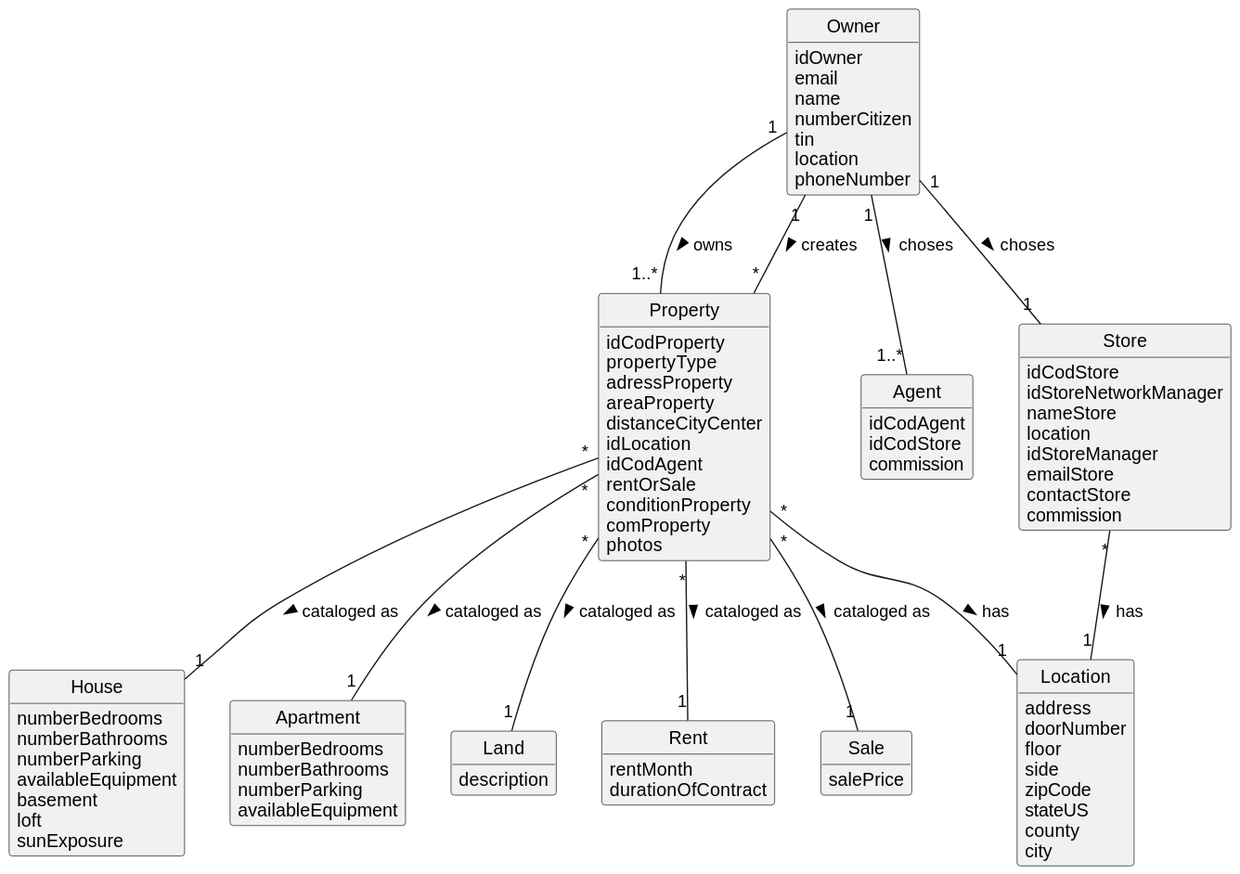
Earlier version of the PlantUML export docs/sprintA/us004/02.analysis/svg/us004-domain-model.svg (PEDROMOREIRA45/lei-23-s2-1dg-g31).
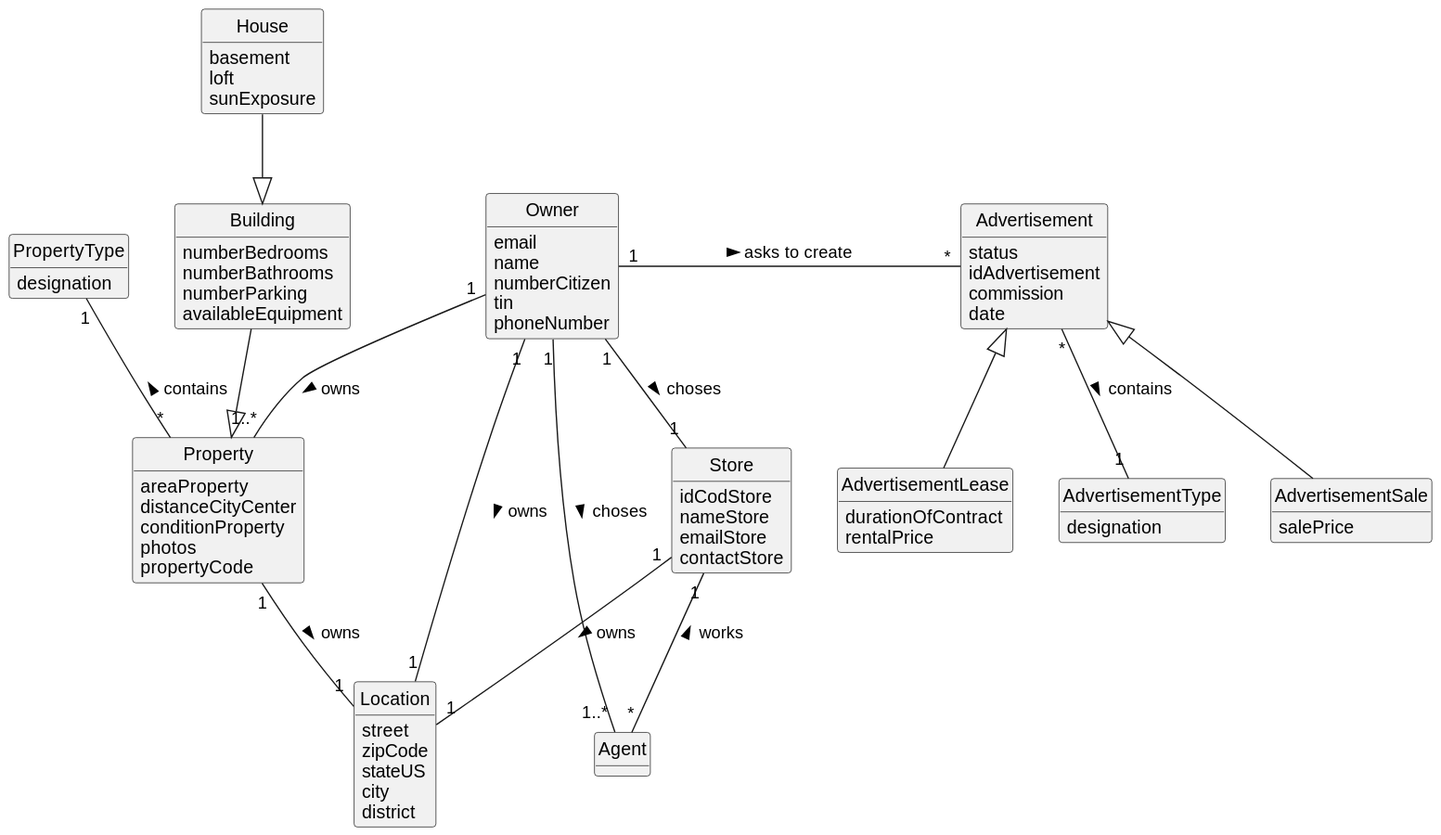
The same diagram one commit later.

Commit message:
US04 Client Last Clarifications Owner Adress optional, at least one photo

Change to the diagram source:
```diff
@@ -12,96 +12,102 @@
 
 
 class Owner {
-    idOwner
     email
     name
     numberCitizen
     tin
-    location
     phoneNumber
 }
 
 class Property {
-    idCodProperty
-    propertyType
-    adressProperty
     areaProperty
     distanceCityCenter
-    idLocation
-    idCodAgent
-    rentOrSale
     conditionProperty
-    comProperty
     photos
+    propertyCode
 }
 
 class House{
-    numberBedrooms
-    numberBathrooms
-    numberParking
-    availableEquipment
     basement
     loft
     sunExposure
 }
 
-class Apartment{
+class PropertyType{
+    designation
+}
+
+class Building{
     numberBedrooms
     numberBathrooms
     numberParking
     availableEquipment
 }
 
-class Land{
-    description
+class Location {
+    street
+    zipCode
+    stateUS
+    city
+    district
 }
-class Rent {
-    rentMonth
-    durationOfContract
+class Advertisement {
+    status
+    idAdvertisement
+    commission
+    date
 }
-class Sale {
+
+class AdvertisementSale {
     salePrice
 }
 
-class Location {
-    address
-    doorNumber
-    floor
-    side
-    zipCode
-    stateUS
-    county
-    city
+class AdvertisementLease {
+    durationOfContract
+    rentalPrice
 
 }
 
+class AdvertisementType {
+    designation
+}
+
 class Agent {
-    idCodAgent
-    idCodStore
-    commission
 }
 
 class Store{
     idCodStore
-    idStoreNetworkManager
     nameStore
-    location
-    idStoreManager
     emailStore
     contactStore
-    commission
-
 }
 
+
 Owner "1" -- "1..*" Property: owns >
+
+House --|> Building
+
+Building --|> Property
+
+Property "1" -- "1" Location: owns >
+
+Owner "1" -- "1" Location: owns >
+
+PropertyType "1" -- "*" Property: contains <
+
+Owner "1" - "*" Advertisement: asks to create >
+
+Advertisement <|-- AdvertisementSale
+
+Advertisement <|-- AdvertisementLease
+
+Advertisement "*" -- "1" AdvertisementType: contains >
+
 Owner "1" -- "1..*" Agent: choses >
+
 Owner "1" -- "1" Store: choses >
-Owner "1" -- "*" Property : creates >
-Property "*" -- "1" House: cataloged as >
-Property "*" -- "1" Apartment: cataloged as >
-Property "*" -- "1" Land: cataloged as >
-Property "*" -- "1" Rent: cataloged as >
-Property "*" -- "1" Sale: cataloged as >
-Property "*" -- "1" Location: has >
-Store "*" -- "1" Location: has >
+
+Store"1" -- "1"Location: owns >
+
+Store "1" -- "*" Agent: works <
 @enduml
```
